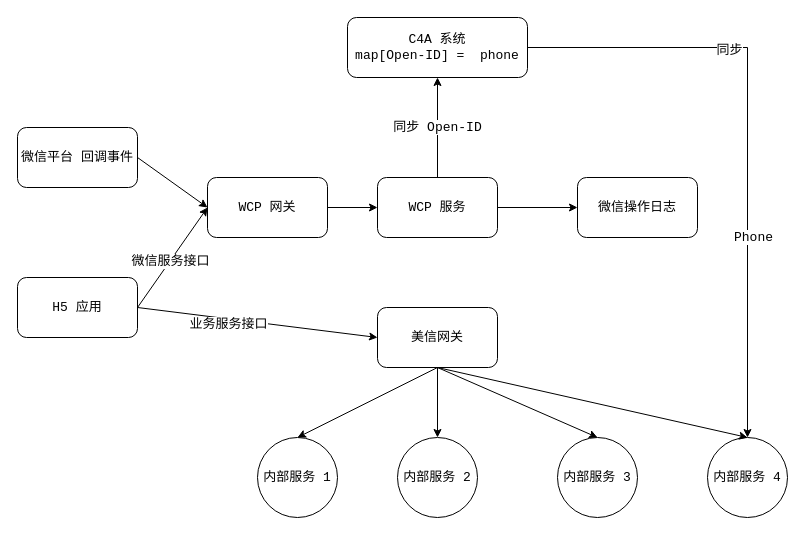
The draw.io diagram ai.drawio in ming3000/draw_io, before the edit. Source tidied: cells renumbered, new cells numbered last; positions are measured from the earlier drawing's top-left corner, leaving out a move shared by most shapes. Both pictures are drawn from the tidied source at 100%, with x=0, y=0 at pixel (17, 17).
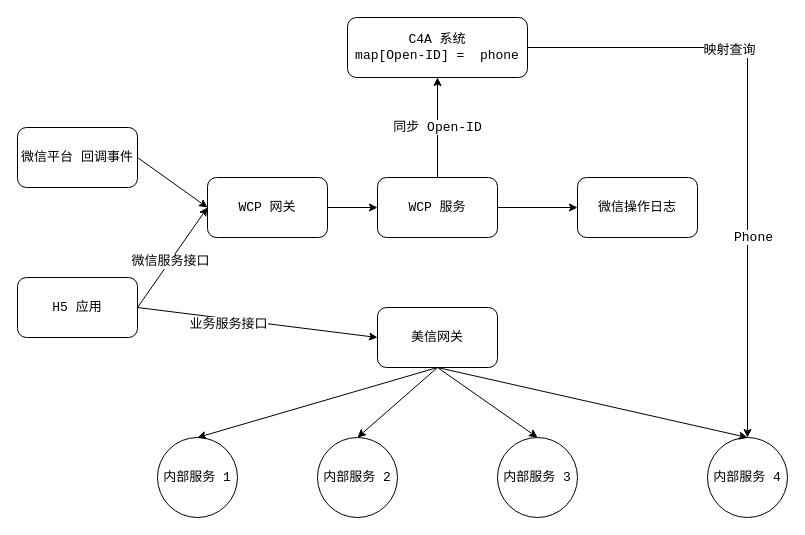
After the change.

The change refers to these unchanged cells:
```xml
<mxCell id="24" style="endArrow=classic;html=1;rounded=0;fontFamily=Courier New;fontSize=13;exitX=1;exitY=0.5;exitDx=0;exitDy=0;entryX=0.5;entryY=0;entryDx=0;entryDy=0;" parent="1" edge="1" source="21" target="23">
  <mxGeometry relative="1" as="geometry">
    <Array as="points">
      <mxPoint x="730" y="30" />
    </Array>
  </mxGeometry>
</mxCell>
```

Change to the diagram source:
```diff
@@
     <mxCell id="7" value="内部服务 1" style="ellipse;whiteSpace=wrap;html=1;fontFamily=Courier New;fontSize=13;" parent="1" vertex="1">
-      <mxGeometry x="240" y="420" width="80" height="80" as="geometry" />
+      <mxGeometry x="140" y="420" width="80" height="80" as="geometry" />
     </mxCell>
     <mxCell id="8" value="内部服务 2" style="ellipse;whiteSpace=wrap;html=1;fontFamily=Courier New;fontSize=13;" parent="1" vertex="1">
-      <mxGeometry x="380" y="420" width="80" height="80" as="geometry" />
+      <mxGeometry x="300" y="420" width="80" height="80" as="geometry" />
     </mxCell>
     <mxCell id="9" value="内部服务 3" style="ellipse;whiteSpace=wrap;html=1;fontFamily=Courier New;fontSize=13;" parent="1" vertex="1">
-      <mxGeometry x="540" y="420" width="80" height="80" as="geometry" />
+      <mxGeometry x="480" y="420" width="80" height="80" as="geometry" />
     </mxCell>
@@
-    <mxCell id="25" value="同步" style="edgeLabel;html=1;align=center;verticalAlign=middle;fontSize=13;fontFamily=Courier New;" parent="24" vertex="1">
+    <mxCell id="25" value="映射查询" style="edgeLabel;html=1;align=center;verticalAlign=middle;fontSize=13;fontFamily=Courier New;" parent="24" vertex="1">
       <mxGeometry x="-0.34" y="-2" relative="1" as="geometry" />
     </mxCell>
```
